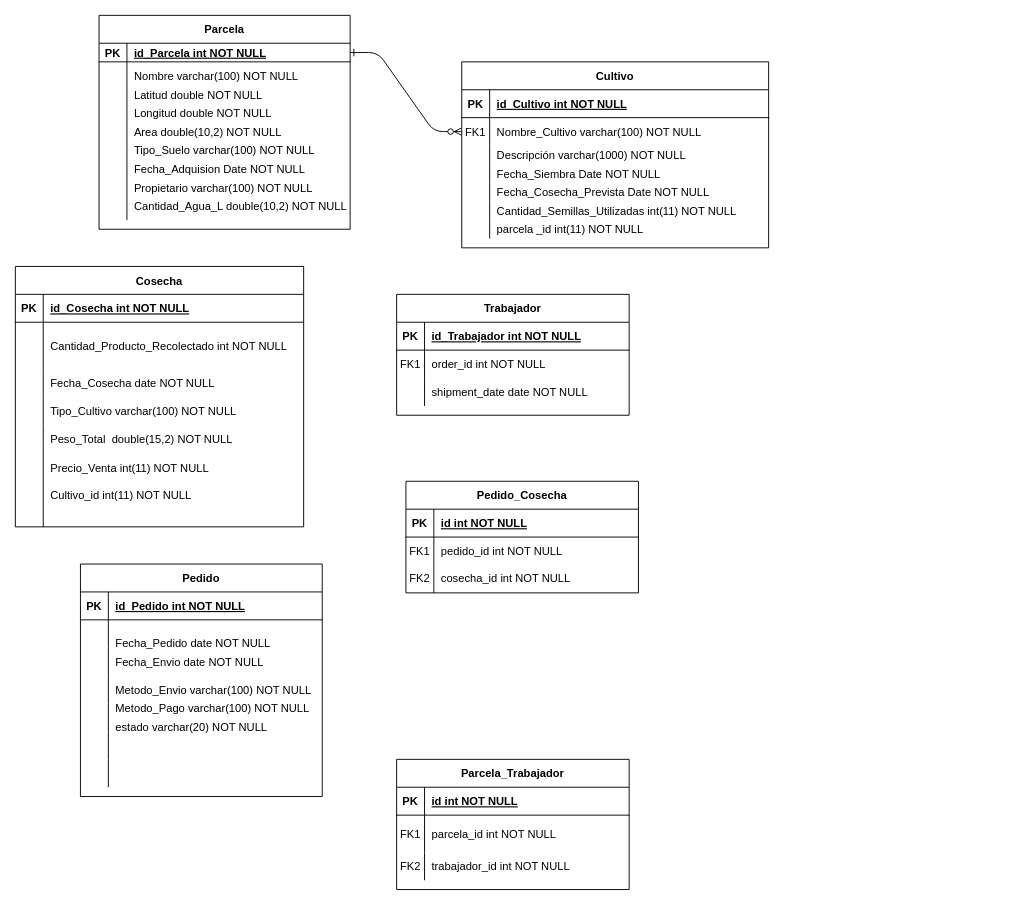
Above: Diagrama sin título.drawio in JonhNino/Tarea1Especializacion (draw.io), before the change. Source tidied: cells renumbered, new cells numbered last; positions are measured from the earlier drawing's top-left corner, leaving out a move shared by most shapes. Both pictures are drawn from the tidied source at 93%, with x=0, y=0 at pixel (15, 15).
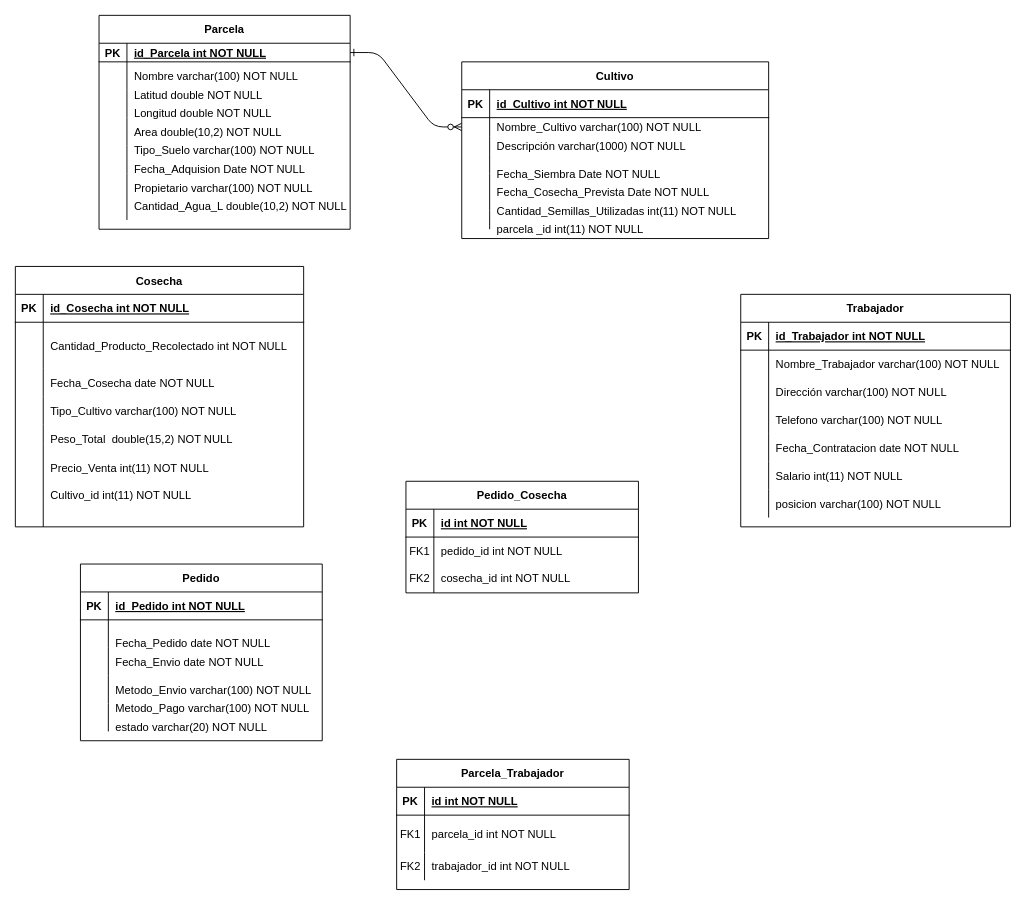
After the change.

Change to the diagram source:
```diff
@@
     <mxCell id="3" value="Cultivo" style="shape=table;startSize=30;childLayout=tableLayout;rowLines=0;fontStyle=1;align=center;" parent="1" vertex="1">
-      <mxGeometry x="480" y="50" width="330" height="200" as="geometry" />
+      <mxGeometry x="480" y="50" width="330" height="190" as="geometry" />
     </mxCell>
@@
     <mxCell id="7" style="shape=partialRectangle;fillColor=none;points=[[0,0.5],[1,0.5]];portConstraint=eastwest;top=0;left=0;right=0;bottom=0;" parent="3" vertex="1">
-      <mxGeometry y="60" width="330" height="30" as="geometry" />
+      <mxGeometry y="60" width="330" height="20" as="geometry" />
     </mxCell>
-    <mxCell id="8" value="FK1" style="shape=partialRectangle;overflow=hidden;fillColor=none;top=0;left=0;bottom=0;right=0;" parent="7" vertex="1">
-      <mxGeometry width="30" height="30" as="geometry" />
+    <mxCell id="8" style="shape=partialRectangle;overflow=hidden;fillColor=none;top=0;left=0;bottom=0;right=0;" parent="7" vertex="1">
+      <mxGeometry width="30" height="20" as="geometry" />
     </mxCell>
     <mxCell id="9" value="Nombre_Cultivo varchar(100) NOT NULL" style="shape=partialRectangle;overflow=hidden;fillColor=none;top=0;left=0;bottom=0;right=0;align=left;spacingLeft=6;" parent="7" vertex="1">
-      <mxGeometry x="30" width="300" height="30" as="geometry" />
+      <mxGeometry x="30" width="300" height="20" as="geometry" />
     </mxCell>
     <mxCell id="10" style="shape=partialRectangle;fillColor=none;top=0;left=0;right=0;bottom=0;" parent="3" vertex="1">
-      <mxGeometry y="90" width="330" height="20" as="geometry" />
+      <mxGeometry y="80" width="330" height="20" as="geometry" />
     </mxCell>
@@
     <mxCell id="13" style="shape=partialRectangle;fillColor=none;top=0;left=0;right=0;bottom=0;" parent="3" vertex="1">
-      <mxGeometry y="110" width="330" height="20" as="geometry" />
+      <mxGeometry y="100" width="330" height="20" as="geometry" />
     </mxCell>
@@
     <mxCell id="16" style="shape=partialRectangle;fillColor=none;top=0;left=0;right=0;bottom=0;" parent="3" vertex="1">
-      <mxGeometry y="130" width="330" height="20" as="geometry" />
+      <mxGeometry y="120" width="330" height="20" as="geometry" />
     </mxCell>
@@
     <mxCell id="19" style="shape=partialRectangle;fillColor=none;top=0;left=0;right=0;bottom=0;" parent="3" vertex="1">
-      <mxGeometry y="150" width="330" height="20" as="geometry" />
+      <mxGeometry y="140" width="330" height="20" as="geometry" />
     </mxCell>
@@
     <mxCell id="22" style="shape=partialRectangle;fillColor=none;top=0;left=0;right=0;bottom=0;" parent="3" vertex="1">
-      <mxGeometry y="170" width="330" height="20" as="geometry" />
+      <mxGeometry y="160" width="330" height="20" as="geometry" />
     </mxCell>
@@
     <mxCell id="25" value="Trabajador" style="shape=table;startSize=30;childLayout=tableLayout;rowLines=0;fontStyle=1;align=center;" parent="1" vertex="1">
-      <mxGeometry x="410" y="300" width="250" height="130" as="geometry" />
+      <mxGeometry x="780" y="300" width="290" height="250" as="geometry" />
     </mxCell>
     <mxCell id="26" style="shape=partialRectangle;fillColor=none;top=0;left=0;right=0;bottom=1;" parent="25" vertex="1">
-      <mxGeometry y="30" width="250" height="30" as="geometry" />
+      <mxGeometry y="30" width="290" height="30" as="geometry" />
     </mxCell>
@@
     <mxCell id="28" value="id_Trabajador int NOT NULL" style="shape=partialRectangle;overflow=hidden;fillColor=none;top=0;left=0;bottom=0;right=0;align=left;spacingLeft=6;fontStyle=5;" parent="26" vertex="1">
-      <mxGeometry x="30" width="220" height="30" as="geometry" />
+      <mxGeometry x="30" width="260" height="30" as="geometry" />
     </mxCell>
     <mxCell id="29" style="shape=partialRectangle;fillColor=none;top=0;left=0;right=0;bottom=0;" parent="25" vertex="1">
-      <mxGeometry y="60" width="250" height="30" as="geometry" />
+      <mxGeometry y="60" width="290" height="30" as="geometry" />
     </mxCell>
-    <mxCell id="30" value="FK1" style="shape=partialRectangle;overflow=hidden;fillColor=none;top=0;left=0;bottom=0;right=0;" parent="29" vertex="1">
+    <mxCell id="30" style="shape=partialRectangle;overflow=hidden;fillColor=none;top=0;left=0;bottom=0;right=0;" parent="29" vertex="1">
       <mxGeometry width="30" height="30" as="geometry" />
     </mxCell>
-    <mxCell id="31" value="order_id int NOT NULL" style="shape=partialRectangle;overflow=hidden;fillColor=none;top=0;left=0;bottom=0;right=0;align=left;spacingLeft=6;" parent="29" vertex="1">
-      <mxGeometry x="30" width="220" height="30" as="geometry" />
+    <mxCell id="31" value="Nombre_Trabajador varchar(100) NOT NULL" style="shape=partialRectangle;overflow=hidden;fillColor=none;top=0;left=0;bottom=0;right=0;align=left;spacingLeft=6;" parent="29" vertex="1">
+      <mxGeometry x="30" width="260" height="30" as="geometry" />
     </mxCell>
     <mxCell id="32" style="shape=partialRectangle;fillColor=none;top=0;left=0;right=0;bottom=0;" parent="25" vertex="1">
-      <mxGeometry y="90" width="250" height="30" as="geometry" />
+      <mxGeometry y="90" width="290" height="30" as="geometry" />
     </mxCell>
@@
-    <mxCell id="34" value="shipment_date date NOT NULL" style="shape=partialRectangle;overflow=hidden;fillColor=none;top=0;left=0;bottom=0;right=0;align=left;spacingLeft=6;" parent="32" vertex="1">
-      <mxGeometry x="30" width="220" height="30" as="geometry" />
+    <mxCell id="34" value="Dirección varchar(100) NOT NULL" style="shape=partialRectangle;overflow=hidden;fillColor=none;top=0;left=0;bottom=0;right=0;align=left;spacingLeft=6;" parent="32" vertex="1">
+      <mxGeometry x="30" width="260" height="30" as="geometry" />
     </mxCell>
+    <mxCell id="164" style="shape=partialRectangle;fillColor=none;top=0;left=0;right=0;bottom=0;" parent="25" vertex="1">
+      <mxGeometry y="120" width="290" height="30" as="geometry" />
+    </mxCell>
+    <mxCell id="165" style="shape=partialRectangle;overflow=hidden;fillColor=none;top=0;left=0;bottom=0;right=0;" parent="164" vertex="1">
+      <mxGeometry width="30" height="30" as="geometry" />
+    </mxCell>
+    <mxCell id="166" value="Telefono varchar(100) NOT NULL" style="shape=partialRectangle;overflow=hidden;fillColor=none;top=0;left=0;bottom=0;right=0;align=left;spacingLeft=6;" parent="164" vertex="1">
+      <mxGeometry x="30" width="260" height="30" as="geometry" />
+    </mxCell>
+    <mxCell id="167" style="shape=partialRectangle;fillColor=none;top=0;left=0;right=0;bottom=0;" parent="25" vertex="1">
+      <mxGeometry y="150" width="290" height="30" as="geometry" />
+    </mxCell>
+    <mxCell id="168" style="shape=partialRectangle;overflow=hidden;fillColor=none;top=0;left=0;bottom=0;right=0;" parent="167" vertex="1">
+      <mxGeometry width="30" height="30" as="geometry" />
+    </mxCell>
+    <mxCell id="169" value="Fecha_Contratacion date NOT NULL" style="shape=partialRectangle;overflow=hidden;fillColor=none;top=0;left=0;bottom=0;right=0;align=left;spacingLeft=6;" parent="167" vertex="1">
+      <mxGeometry x="30" width="260" height="30" as="geometry" />
+    </mxCell>
+    <mxCell id="170" style="shape=partialRectangle;fillColor=none;top=0;left=0;right=0;bottom=0;" parent="25" vertex="1">
+      <mxGeometry y="180" width="290" height="30" as="geometry" />
+    </mxCell>
+    <mxCell id="171" style="shape=partialRectangle;overflow=hidden;fillColor=none;top=0;left=0;bottom=0;right=0;" parent="170" vertex="1">
+      <mxGeometry width="30" height="30" as="geometry" />
+    </mxCell>
+    <mxCell id="172" style="shape=partialRectangle;overflow=hidden;fillColor=none;top=0;left=0;bottom=0;right=0;align=left;spacingLeft=6;" parent="170" vertex="1">
+      <mxGeometry x="30" width="260" height="30" as="geometry" />
+    </mxCell>
+    <mxCell id="173" style="shape=partialRectangle;fillColor=none;top=0;left=0;right=0;bottom=0;" parent="25" vertex="1">
+      <mxGeometry y="210" width="290" height="30" as="geometry" />
+    </mxCell>
+    <mxCell id="174" style="shape=partialRectangle;overflow=hidden;fillColor=none;top=0;left=0;bottom=0;right=0;" parent="173" vertex="1">
+      <mxGeometry width="30" height="30" as="geometry" />
+    </mxCell>
+    <mxCell id="175" style="shape=partialRectangle;overflow=hidden;fillColor=none;top=0;left=0;bottom=0;right=0;align=left;spacingLeft=6;" parent="173" vertex="1">
+      <mxGeometry x="30" width="260" height="30" as="geometry" />
+    </mxCell>
@@
     <mxCell id="82" value="Pedido" style="shape=table;startSize=30;childLayout=tableLayout;rowLines=0;fontStyle=1;align=center;" parent="1" vertex="1">
-      <mxGeometry x="70" y="590" width="260" height="250" as="geometry" />
+      <mxGeometry x="70" y="590" width="260" height="190" as="geometry" />
     </mxCell>
@@
-    <mxCell id="98" style="shape=partialRectangle;fillColor=none;top=0;left=0;right=0;bottom=0;" parent="82" vertex="1">
-      <mxGeometry y="180" width="260" height="30" as="geometry" />
-    </mxCell>
-    <mxCell id="99" style="shape=partialRectangle;overflow=hidden;fillColor=none;top=0;left=0;bottom=0;right=0;" parent="98" vertex="1">
-      <mxGeometry width="30" height="30" as="geometry" />
-    </mxCell>
-    <mxCell id="100" style="shape=partialRectangle;overflow=hidden;fillColor=none;top=0;left=0;bottom=0;right=0;align=left;spacingLeft=6;" parent="98" vertex="1">
-      <mxGeometry x="30" width="230" height="30" as="geometry" />
-    </mxCell>
-    <mxCell id="101" style="shape=partialRectangle;fillColor=none;top=0;left=0;right=0;bottom=0;" parent="82" vertex="1">
-      <mxGeometry y="210" width="260" height="30" as="geometry" />
-    </mxCell>
-    <mxCell id="102" style="shape=partialRectangle;overflow=hidden;fillColor=none;top=0;left=0;bottom=0;right=0;" parent="101" vertex="1">
-      <mxGeometry width="30" height="30" as="geometry" />
-    </mxCell>
-    <mxCell id="103" style="shape=partialRectangle;overflow=hidden;fillColor=none;top=0;left=0;bottom=0;right=0;align=left;spacingLeft=6;" parent="101" vertex="1">
-      <mxGeometry x="30" width="230" height="30" as="geometry" />
-    </mxCell>
@@
+    <mxCell id="176" value="Salario int(11) NOT NULL" style="shape=partialRectangle;overflow=hidden;fillColor=none;top=0;left=0;bottom=0;right=0;align=left;spacingLeft=6;" parent="1" vertex="1">
+      <mxGeometry x="810" y="480" width="260" height="30" as="geometry" />
+    </mxCell>
+    <mxCell id="177" value="posicion varchar(100) NOT NULL" style="shape=partialRectangle;overflow=hidden;fillColor=none;top=0;left=0;bottom=0;right=0;align=left;spacingLeft=6;" parent="1" vertex="1">
+      <mxGeometry x="810" y="510" width="260" height="30" as="geometry" />
+    </mxCell>
```
